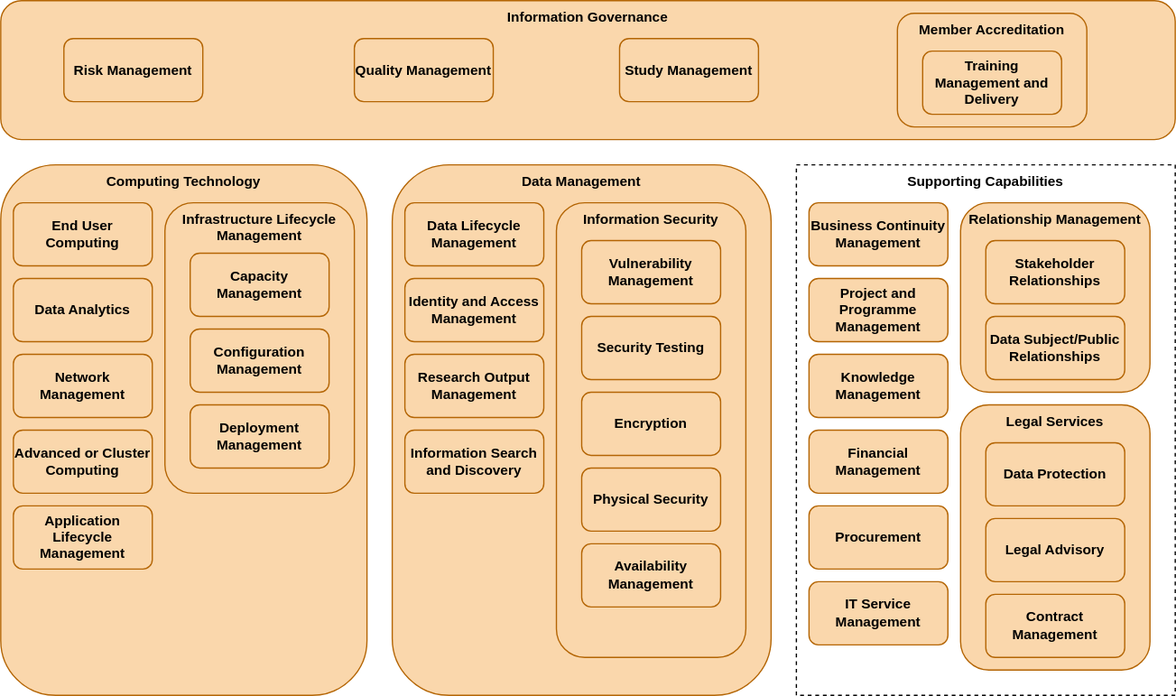
Before: docs/images/Capability_Map/full.drawio.svg, a diagram exported from draw.io (sa-tre/satre-specification). Source tidied: cells renumbered, new cells last; positions are measured from the earlier drawing's top-left corner, leaving out a move shared by most shapes.
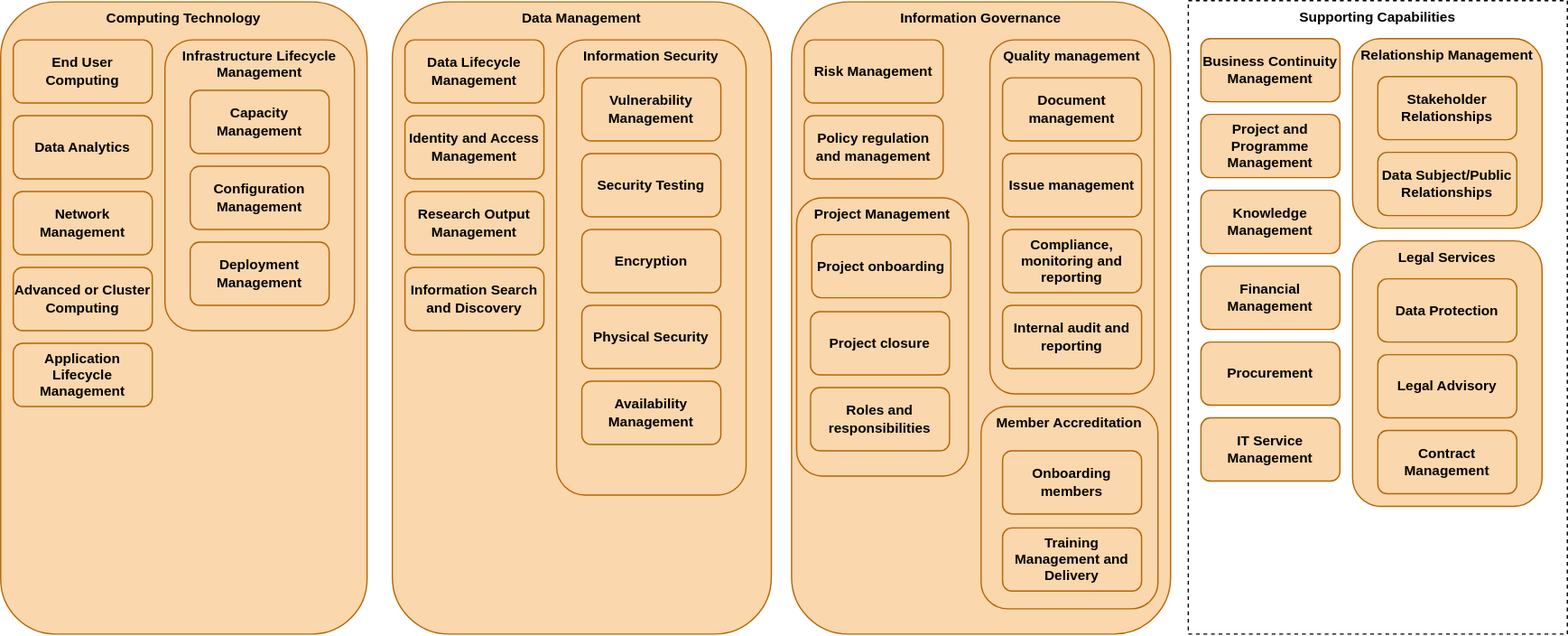
After the change.

Commit message:
gix IG on capability map

The edit, as a diff of the source:
```diff
@@ -2,26 +2,23 @@
   <root>
     <mxCell id="0" />
     <mxCell id="1" parent="0" />
+    <mxCell id="18" value="Information Governance" style="rounded=1;whiteSpace=wrap;html=1;fillColor=#fad7ac;strokeColor=#b46504;verticalAlign=top;fontSize=11;fontStyle=1;" parent="1" vertex="1">
+      <mxGeometry x="626" y="130" width="300" height="500" as="geometry" />
+    </mxCell>
-    <mxCell id="2" value="Information Governance" style="rounded=1;whiteSpace=wrap;html=1;fillColor=#fad7ac;strokeColor=#b46504;verticalAlign=top;fontSize=11;fontStyle=1;" parent="1" vertex="1">
-      <mxGeometry width="930" height="110" as="geometry" />
+    <mxCell id="2" value="Data Management" style="rounded=1;whiteSpace=wrap;html=1;fillColor=#fad7ac;strokeColor=#b46504;verticalAlign=top;fontSize=11;fontStyle=1;" parent="1" vertex="1">
+      <mxGeometry x="310" y="130" width="300" height="500" as="geometry" />
     </mxCell>
-    <mxCell id="3" value="Quality Management" style="rounded=1;whiteSpace=wrap;html=1;fillColor=#fad7ac;strokeColor=#b46504;fontSize=11;fontStyle=1;" parent="1" vertex="1">
-      <mxGeometry x="280" y="30" width="110" height="50" as="geometry" />
-    </mxCell>
     <mxCell id="4" value="Member Accreditation" style="rounded=1;whiteSpace=wrap;html=1;fillColor=#fad7ac;strokeColor=#b46504;verticalAlign=top;fontSize=11;fontStyle=1;" parent="1" vertex="1">
-      <mxGeometry x="710" y="10" width="150" height="90" as="geometry" />
+      <mxGeometry x="776" y="450" width="140" height="160" as="geometry" />
     </mxCell>
-    <mxCell id="5" value="Study Management" style="rounded=1;whiteSpace=wrap;html=1;fillColor=#fad7ac;strokeColor=#b46504;fontSize=11;fontStyle=1;" parent="1" vertex="1">
-      <mxGeometry x="490" y="30" width="110" height="50" as="geometry" />
-    </mxCell>
     <mxCell id="6" value="Risk Management" style="rounded=1;whiteSpace=wrap;html=1;fillColor=#fad7ac;strokeColor=#b46504;fontSize=11;fontStyle=1;" parent="1" vertex="1">
-      <mxGeometry x="50" y="30" width="110" height="50" as="geometry" />
+      <mxGeometry x="636" y="160" width="110" height="50" as="geometry" />
     </mxCell>
     <mxCell id="7" value="Training Management and Delivery" style="rounded=1;whiteSpace=wrap;html=1;fillColor=#fad7ac;strokeColor=#b46504;fontSize=11;fontStyle=1;" parent="1" vertex="1">
-      <mxGeometry x="730" y="40" width="110" height="50" as="geometry" />
+      <mxGeometry x="793" y="546" width="110" height="50" as="geometry" />
     </mxCell>
     <mxCell id="8" value="Computing Technology" style="rounded=1;whiteSpace=wrap;html=1;fillColor=#fad7ac;strokeColor=#b46504;verticalAlign=top;fontSize=11;fontStyle=1;" parent="1" vertex="1">
-      <mxGeometry y="130" width="290" height="420" as="geometry" />
+      <mxGeometry y="130" width="290" height="500" as="geometry" />
     </mxCell>
     <mxCell id="9" value="Infrastructure Lifecycle Management&amp;nbsp;" style="rounded=1;whiteSpace=wrap;html=1;fillColor=#fad7ac;strokeColor=#b46504;verticalAlign=top;fontSize=11;fontStyle=1;" parent="1" vertex="1">
       <mxGeometry x="130" y="160" width="150" height="230" as="geometry" />
@@ -50,9 +47,6 @@
     <mxCell id="17" value="Configuration Management" style="rounded=1;whiteSpace=wrap;html=1;fillColor=#fad7ac;strokeColor=#b46504;fontSize=11;fontStyle=1;" parent="1" vertex="1">
       <mxGeometry x="150" y="260" width="110" height="50" as="geometry" />
     </mxCell>
-    <mxCell id="18" value="Data Management" style="rounded=1;whiteSpace=wrap;html=1;fillColor=#fad7ac;strokeColor=#b46504;verticalAlign=top;fontSize=11;fontStyle=1;" parent="1" vertex="1">
-      <mxGeometry x="310" y="130" width="300" height="420" as="geometry" />
-    </mxCell>
     <mxCell id="19" value="Research Output Management" style="rounded=1;whiteSpace=wrap;html=1;fillColor=#fad7ac;strokeColor=#b46504;fontSize=11;fontStyle=1;" parent="1" vertex="1">
       <mxGeometry x="320" y="280" width="110" height="50" as="geometry" />
     </mxCell>
@@ -84,46 +78,79 @@
       <mxGeometry x="460" y="430" width="110" height="50" as="geometry" />
     </mxCell>
     <mxCell id="29" value="Supporting Capabilities" style="rounded=0;whiteSpace=wrap;html=1;verticalAlign=top;dashed=1;fontSize=11;fontStyle=1;" parent="1" vertex="1">
-      <mxGeometry x="630" y="130" width="300" height="420" as="geometry" />
+      <mxGeometry x="940" y="129" width="300" height="501" as="geometry" />
     </mxCell>
     <mxCell id="30" value="Knowledge Management" style="rounded=1;whiteSpace=wrap;html=1;fillColor=#fad7ac;strokeColor=#b46504;fontSize=11;fontStyle=1;" parent="1" vertex="1">
-      <mxGeometry x="640" y="280" width="110" height="50" as="geometry" />
+      <mxGeometry x="950" y="279" width="110" height="50" as="geometry" />
     </mxCell>
     <mxCell id="31" value="Project and Programme Management" style="rounded=1;whiteSpace=wrap;html=1;fillColor=#fad7ac;strokeColor=#b46504;fontSize=11;fontStyle=1;" parent="1" vertex="1">
-      <mxGeometry x="640" y="220" width="110" height="50" as="geometry" />
+      <mxGeometry x="950" y="219" width="110" height="50" as="geometry" />
     </mxCell>
     <mxCell id="32" value="Business Continuity Management" style="rounded=1;whiteSpace=wrap;html=1;fillColor=#fad7ac;strokeColor=#b46504;fontSize=11;fontStyle=1;" parent="1" vertex="1">
-      <mxGeometry x="640" y="160" width="110" height="50" as="geometry" />
+      <mxGeometry x="950" y="159" width="110" height="50" as="geometry" />
     </mxCell>
     <mxCell id="33" value="Financial Management" style="rounded=1;whiteSpace=wrap;html=1;fillColor=#fad7ac;strokeColor=#b46504;fontSize=11;fontStyle=1;" parent="1" vertex="1">
-      <mxGeometry x="640" y="340" width="110" height="50" as="geometry" />
+      <mxGeometry x="950" y="339" width="110" height="50" as="geometry" />
     </mxCell>
     <mxCell id="34" value="Relationship Management" style="rounded=1;whiteSpace=wrap;html=1;fillColor=#fad7ac;strokeColor=#b46504;verticalAlign=top;fontSize=11;fontStyle=1;" parent="1" vertex="1">
-      <mxGeometry x="760" y="160" width="150" height="150" as="geometry" />
+      <mxGeometry x="1070" y="159" width="150" height="150" as="geometry" />
     </mxCell>
     <mxCell id="35" value="Stakeholder Relationships" style="rounded=1;whiteSpace=wrap;html=1;fillColor=#fad7ac;strokeColor=#b46504;fontSize=11;fontStyle=1;" parent="1" vertex="1">
-      <mxGeometry x="780" y="190" width="110" height="50" as="geometry" />
+      <mxGeometry x="1090" y="189" width="110" height="50" as="geometry" />
     </mxCell>
     <mxCell id="36" value="Data Subject/Public Relationships" style="rounded=1;whiteSpace=wrap;html=1;fillColor=#fad7ac;strokeColor=#b46504;fontSize=11;fontStyle=1;" parent="1" vertex="1">
-      <mxGeometry x="780" y="250" width="110" height="50" as="geometry" />
+      <mxGeometry x="1090" y="249" width="110" height="50" as="geometry" />
     </mxCell>
     <mxCell id="37" value="Legal Services" style="rounded=1;whiteSpace=wrap;html=1;fillColor=#fad7ac;strokeColor=#b46504;verticalAlign=top;fontSize=11;fontStyle=1;" parent="1" vertex="1">
-      <mxGeometry x="760" y="320" width="150" height="210" as="geometry" />
+      <mxGeometry x="1070" y="319" width="150" height="210" as="geometry" />
     </mxCell>
     <mxCell id="38" value="Data Protection" style="rounded=1;whiteSpace=wrap;html=1;fillColor=#fad7ac;strokeColor=#b46504;fontSize=11;fontStyle=1;" parent="1" vertex="1">
-      <mxGeometry x="780" y="350" width="110" height="50" as="geometry" />
+      <mxGeometry x="1090" y="349" width="110" height="50" as="geometry" />
     </mxCell>
     <mxCell id="39" value="Legal Advisory" style="rounded=1;whiteSpace=wrap;html=1;fillColor=#fad7ac;strokeColor=#b46504;fontSize=11;fontStyle=1;" parent="1" vertex="1">
-      <mxGeometry x="780" y="410" width="110" height="50" as="geometry" />
+      <mxGeometry x="1090" y="409" width="110" height="50" as="geometry" />
     </mxCell>
     <mxCell id="40" value="Contract Management" style="rounded=1;whiteSpace=wrap;html=1;fillColor=#fad7ac;strokeColor=#b46504;fontSize=11;fontStyle=1;" parent="1" vertex="1">
-      <mxGeometry x="780" y="470" width="110" height="50" as="geometry" />
+      <mxGeometry x="1090" y="469" width="110" height="50" as="geometry" />
     </mxCell>
     <mxCell id="41" value="Procurement" style="rounded=1;whiteSpace=wrap;html=1;fillColor=#fad7ac;strokeColor=#b46504;fontSize=11;fontStyle=1;" parent="1" vertex="1">
-      <mxGeometry x="640" y="400" width="110" height="50" as="geometry" />
+      <mxGeometry x="950" y="399" width="110" height="50" as="geometry" />
     </mxCell>
     <mxCell id="42" value="IT Service Management" style="rounded=1;whiteSpace=wrap;html=1;fillColor=#fad7ac;strokeColor=#b46504;fontSize=11;fontStyle=1;" parent="1" vertex="1">
-      <mxGeometry x="640" y="460" width="110" height="50" as="geometry" />
+      <mxGeometry x="950" y="459" width="110" height="50" as="geometry" />
     </mxCell>
+    <mxCell id="43" value="Policy regulation and management" style="rounded=1;whiteSpace=wrap;html=1;fillColor=#fad7ac;strokeColor=#b46504;fontSize=11;fontStyle=1;" parent="1" vertex="1">
+      <mxGeometry x="636" y="220" width="110" height="50" as="geometry" />
+    </mxCell>
+    <mxCell id="44" value="Quality management" style="rounded=1;whiteSpace=wrap;html=1;fillColor=#fad7ac;strokeColor=#b46504;verticalAlign=top;fontSize=11;fontStyle=1;" parent="1" vertex="1">
+      <mxGeometry x="783" y="160" width="130" height="280" as="geometry" />
+    </mxCell>
+    <mxCell id="45" value="Document management" style="rounded=1;whiteSpace=wrap;html=1;fillColor=#fad7ac;strokeColor=#b46504;fontSize=11;fontStyle=1;" parent="1" vertex="1">
+      <mxGeometry x="793" y="190" width="110" height="50" as="geometry" />
+    </mxCell>
+    <mxCell id="46" value="Issue management" style="rounded=1;whiteSpace=wrap;html=1;fillColor=#fad7ac;strokeColor=#b46504;fontSize=11;fontStyle=1;" parent="1" vertex="1">
+      <mxGeometry x="793" y="250" width="110" height="50" as="geometry" />
+    </mxCell>
+    <mxCell id="47" value="Compliance, monitoring and reporting" style="rounded=1;whiteSpace=wrap;html=1;fillColor=#fad7ac;strokeColor=#b46504;fontSize=11;fontStyle=1;" parent="1" vertex="1">
+      <mxGeometry x="793" y="310" width="110" height="50" as="geometry" />
+    </mxCell>
+    <mxCell id="48" value="Internal audit and reporting" style="rounded=1;whiteSpace=wrap;html=1;fillColor=#fad7ac;strokeColor=#b46504;fontSize=11;fontStyle=1;" parent="1" vertex="1">
+      <mxGeometry x="793" y="370" width="110" height="50" as="geometry" />
+    </mxCell>
+    <mxCell id="49" value="Project Management" style="rounded=1;whiteSpace=wrap;html=1;fillColor=#fad7ac;strokeColor=#b46504;verticalAlign=top;fontSize=11;fontStyle=1;" parent="1" vertex="1">
+      <mxGeometry x="630" y="285" width="136" height="220" as="geometry" />
+    </mxCell>
+    <mxCell id="50" value="Project onboarding" style="rounded=1;whiteSpace=wrap;html=1;fillColor=#fad7ac;strokeColor=#b46504;fontSize=11;fontStyle=1;" parent="1" vertex="1">
+      <mxGeometry x="642" y="314" width="110" height="50" as="geometry" />
+    </mxCell>
+    <mxCell id="51" value="Project closure" style="rounded=1;whiteSpace=wrap;html=1;fillColor=#fad7ac;strokeColor=#b46504;fontSize=11;fontStyle=1;" parent="1" vertex="1">
+      <mxGeometry x="641" y="375" width="110" height="50" as="geometry" />
+    </mxCell>
+    <mxCell id="52" value="Roles and responsibilities" style="rounded=1;whiteSpace=wrap;html=1;fillColor=#fad7ac;strokeColor=#b46504;fontSize=11;fontStyle=1;" parent="1" vertex="1">
+      <mxGeometry x="641" y="435" width="110" height="50" as="geometry" />
+    </mxCell>
+    <mxCell id="53" value="Onboarding members" style="rounded=1;whiteSpace=wrap;html=1;fillColor=#fad7ac;strokeColor=#b46504;fontSize=11;fontStyle=1;" parent="1" vertex="1">
+      <mxGeometry x="793" y="485" width="110" height="50" as="geometry" />
+    </mxCell>
   </root>
 </mxGraphModel>
```
